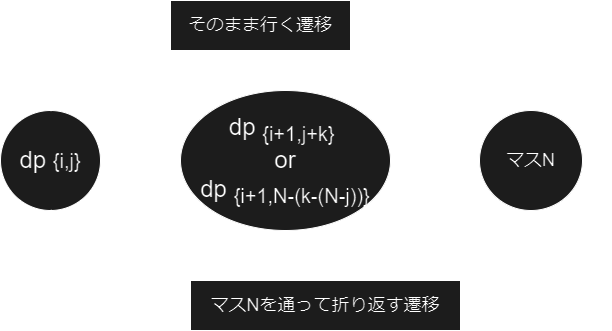
saitamau-maximum/blog keeps this draw.io diagram as public/images/blog/intro-course-8/sugoroku4.png. Above is the earlier version. Source tidied: cells renumbered, new cells last; positions are measured from the earlier drawing's top-left corner, leaving out a move shared by most shapes. The source it was exported from:
```xml
<mxGraphModel>
  <root>
    <mxCell id="0" />
    <mxCell id="1" parent="0" />
    <mxCell id="2" style="group;" parent="1" vertex="1">
      <mxGeometry x="50" width="510" height="330" as="geometry" />
    </mxCell>
    <mxCell id="3" value="&lt;font style=&quot;font-size: 24px;&quot;&gt;dp &lt;/font&gt;&lt;font style=&quot;font-size: 20px;&quot;&gt;{i,j}&lt;/font&gt;" style="ellipse;whiteSpace=wrap;html=1;fillColor=#E3E3E3;" parent="2" vertex="1">
      <mxGeometry x="-50" y="110" width="100" height="100" as="geometry" />
    </mxCell>
    <mxCell id="4" value="&lt;font style=&quot;font-size: 24px;&quot;&gt;dp &lt;sub&gt;{i+1,&lt;/sub&gt;&lt;/font&gt;&lt;font style=&quot;font-size: 24px;&quot;&gt;&lt;font style=&quot;font-size: 24px;&quot;&gt;&lt;sub&gt;j+k}&lt;/sub&gt;&amp;nbsp;&lt;br&gt;or&lt;br&gt;dp &lt;sub&gt;{i+1,N-(k-(N-j))}&lt;/sub&gt;&lt;/font&gt;&lt;br&gt;&lt;/font&gt;" style="ellipse;whiteSpace=wrap;html=1;fillColor=#E3E3E3;" parent="2" vertex="1">
      <mxGeometry x="130" y="90" width="210" height="140" as="geometry" />
    </mxCell>
    <mxCell id="5" style="curved=1;endArrow=classic;html=1;rounded=0;exitX=0.5;exitY=0;exitDx=0;exitDy=0;entryX=0.5;entryY=0;entryDx=0;entryDy=0;sourcePerimeterSpacing=6;strokeWidth=2;" parent="2" edge="1" source="3" target="4">
      <mxGeometry relative="1" as="geometry">
        <Array as="points">
          <mxPoint x="150" y="30" />
        </Array>
      </mxGeometry>
    </mxCell>
    <mxCell id="6" value="&lt;br&gt;&lt;span style=&quot;font-size: 16px;&quot;&gt;&lt;br&gt;&lt;/span&gt;" style="edgeLabel;html=1;align=center;verticalAlign=middle;" parent="5" vertex="1">
      <mxGeometry x="-0.65" y="-5" relative="1" as="geometry" />
    </mxCell>
    <mxCell id="7" value="&lt;span style=&quot;font-size: 18px;&quot;&gt;そのまま行く遷移&lt;/span&gt;" style="text;align=center;html=1;verticalAlign=middle;whiteSpace=wrap;rounded=0;fillColor=#E3E3E3;strokeColor=default;" parent="2" vertex="1">
      <mxGeometry x="120" width="180" height="50" as="geometry" />
    </mxCell>
    <mxCell id="8" style="endArrow=none;dashed=1;html=1;rounded=0;entryX=0;entryY=1;entryDx=0;entryDy=0;" parent="2" edge="1">
      <mxGeometry relative="1" as="geometry">
        <mxPoint x="59" y="159.4" as="sourcePoint" />
        <mxPoint x="123" y="159.4" as="targetPoint" />
      </mxGeometry>
    </mxCell>
    <mxCell id="9" value="&lt;sub style=&quot;border-color: var(--border-color);&quot;&gt;&lt;font style=&quot;font-size: 18px;&quot;&gt;マスN&lt;/font&gt;&lt;/sub&gt;" style="ellipse;whiteSpace=wrap;html=1;fillColor=#E3E3E3;" parent="2" vertex="1">
      <mxGeometry x="429" y="110" width="103" height="100" as="geometry" />
    </mxCell>
    <mxCell id="10" style="endArrow=none;dashed=1;html=1;rounded=0;entryX=0;entryY=1;entryDx=0;entryDy=0;" parent="2" edge="1">
      <mxGeometry relative="1" as="geometry">
        <mxPoint x="349" y="160.4" as="sourcePoint" />
        <mxPoint x="413" y="160.4" as="targetPoint" />
      </mxGeometry>
    </mxCell>
    <mxCell id="11" style="curved=1;endArrow=classic;html=1;rounded=0;exitX=0.5;exitY=1;exitDx=0;exitDy=0;entryX=0.5;entryY=0;entryDx=0;entryDy=0;sourcePerimeterSpacing=6;strokeWidth=2;" parent="2" edge="1" source="3" target="4">
      <mxGeometry relative="1" as="geometry">
        <Array as="points">
          <mxPoint x="140" y="270" />
          <mxPoint x="570" y="250" />
          <mxPoint x="550" y="70" />
          <mxPoint x="300" y="50" />
        </Array>
      </mxGeometry>
    </mxCell>
    <mxCell id="12" value="&lt;br&gt;&lt;span style=&quot;font-size: 16px;&quot;&gt;&lt;br&gt;&lt;/span&gt;" style="edgeLabel;html=1;align=center;verticalAlign=middle;" parent="11" vertex="1">
      <mxGeometry x="-0.65" y="-5" relative="1" as="geometry" />
    </mxCell>
    <mxCell id="13" value="&lt;span style=&quot;font-size: 18px;&quot;&gt;マスNを通って折り返す遷移&lt;/span&gt;" style="text;align=center;html=1;verticalAlign=middle;whiteSpace=wrap;rounded=0;fillColor=#E3E3E3;strokeColor=default;" parent="2" vertex="1">
      <mxGeometry x="140" y="280" width="270" height="50" as="geometry" />
    </mxCell>
  </root>
</mxGraphModel>
```
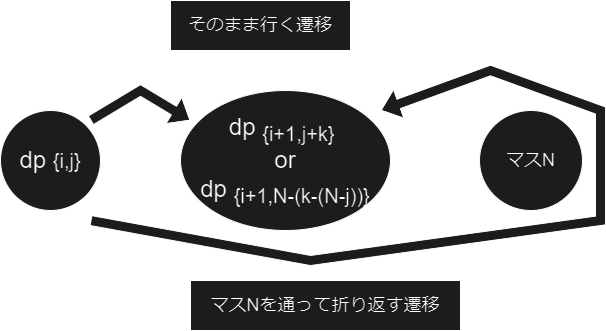
After the commit.

The edit, as a diff of the source:
```diff
@@ -11,16 +11,6 @@
     <mxCell id="4" value="&lt;font style=&quot;font-size: 24px;&quot;&gt;dp &lt;sub&gt;{i+1,&lt;/sub&gt;&lt;/font&gt;&lt;font style=&quot;font-size: 24px;&quot;&gt;&lt;font style=&quot;font-size: 24px;&quot;&gt;&lt;sub&gt;j+k}&lt;/sub&gt;&amp;nbsp;&lt;br&gt;or&lt;br&gt;dp &lt;sub&gt;{i+1,N-(k-(N-j))}&lt;/sub&gt;&lt;/font&gt;&lt;br&gt;&lt;/font&gt;" style="ellipse;whiteSpace=wrap;html=1;fillColor=#E3E3E3;" parent="2" vertex="1">
       <mxGeometry x="130" y="90" width="210" height="140" as="geometry" />
     </mxCell>
-    <mxCell id="5" style="curved=1;endArrow=classic;html=1;rounded=0;exitX=0.5;exitY=0;exitDx=0;exitDy=0;entryX=0.5;entryY=0;entryDx=0;entryDy=0;sourcePerimeterSpacing=6;strokeWidth=2;" parent="2" edge="1" source="3" target="4">
-      <mxGeometry relative="1" as="geometry">
-        <Array as="points">
-          <mxPoint x="150" y="30" />
-        </Array>
-      </mxGeometry>
-    </mxCell>
-    <mxCell id="6" value="&lt;br&gt;&lt;span style=&quot;font-size: 16px;&quot;&gt;&lt;br&gt;&lt;/span&gt;" style="edgeLabel;html=1;align=center;verticalAlign=middle;" parent="5" vertex="1">
-      <mxGeometry x="-0.65" y="-5" relative="1" as="geometry" />
-    </mxCell>
     <mxCell id="7" value="&lt;span style=&quot;font-size: 18px;&quot;&gt;そのまま行く遷移&lt;/span&gt;" style="text;align=center;html=1;verticalAlign=middle;whiteSpace=wrap;rounded=0;fillColor=#E3E3E3;strokeColor=default;" parent="2" vertex="1">
       <mxGeometry x="120" width="180" height="50" as="geometry" />
     </mxCell>
@@ -39,21 +29,29 @@
         <mxPoint x="413" y="160.4" as="targetPoint" />
       </mxGeometry>
     </mxCell>
-    <mxCell id="11" style="curved=1;endArrow=classic;html=1;rounded=0;exitX=0.5;exitY=1;exitDx=0;exitDy=0;entryX=0.5;entryY=0;entryDx=0;entryDy=0;sourcePerimeterSpacing=6;strokeWidth=2;" parent="2" edge="1" source="3" target="4">
-      <mxGeometry relative="1" as="geometry">
-        <Array as="points">
-          <mxPoint x="140" y="270" />
-          <mxPoint x="570" y="250" />
-          <mxPoint x="550" y="70" />
-          <mxPoint x="300" y="50" />
-        </Array>
-      </mxGeometry>
-    </mxCell>
-    <mxCell id="12" value="&lt;br&gt;&lt;span style=&quot;font-size: 16px;&quot;&gt;&lt;br&gt;&lt;/span&gt;" style="edgeLabel;html=1;align=center;verticalAlign=middle;" parent="11" vertex="1">
-      <mxGeometry x="-0.65" y="-5" relative="1" as="geometry" />
-    </mxCell>
     <mxCell id="13" value="&lt;span style=&quot;font-size: 18px;&quot;&gt;マスNを通って折り返す遷移&lt;/span&gt;" style="text;align=center;html=1;verticalAlign=middle;whiteSpace=wrap;rounded=0;fillColor=#E3E3E3;strokeColor=default;" parent="2" vertex="1">
       <mxGeometry x="140" y="280" width="270" height="50" as="geometry" />
     </mxCell>
+    <mxCell id="14" style="shape=flexArrow;endArrow=classic;html=1;rounded=0;fillColor=#E3E3E3;" parent="2" edge="1">
+      <mxGeometry relative="1" as="geometry">
+        <mxPoint x="40" y="120" as="sourcePoint" />
+        <mxPoint x="140" y="120" as="targetPoint" />
+        <Array as="points">
+          <mxPoint x="90" y="90" />
+        </Array>
+      </mxGeometry>
+    </mxCell>
+    <mxCell id="15" style="shape=flexArrow;endArrow=classic;html=1;rounded=0;fillColor=#E3E3E3;" parent="2" edge="1">
+      <mxGeometry relative="1" as="geometry">
+        <mxPoint x="40" y="220" as="sourcePoint" />
+        <mxPoint x="330" y="110" as="targetPoint" />
+        <Array as="points">
+          <mxPoint x="260" y="260" />
+          <mxPoint x="550" y="220" />
+          <mxPoint x="550" y="110" />
+          <mxPoint x="440" y="70" />
+        </Array>
+      </mxGeometry>
+    </mxCell>
   </root>
 </mxGraphModel>
```
